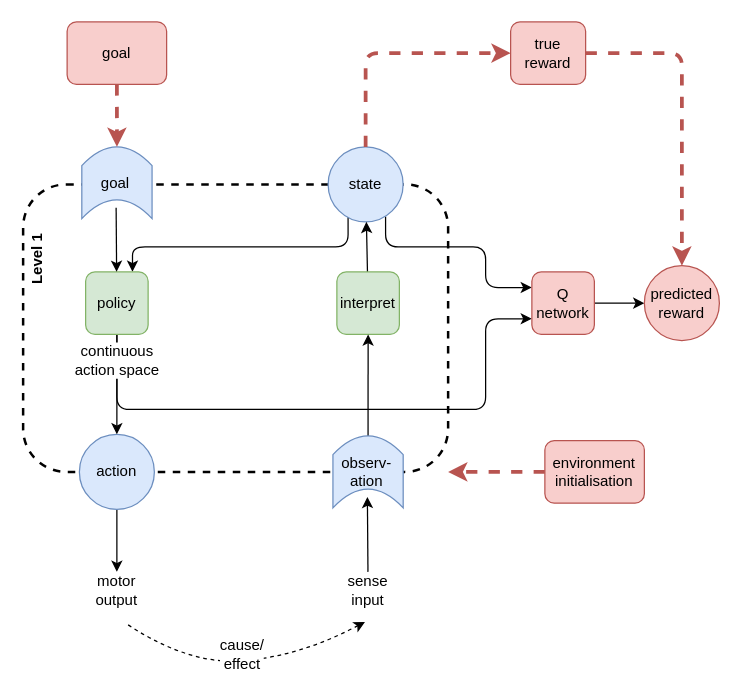
Above: page "low-level-rl" (5 of 16) of files/An-agi-architecture-v1.drawio in malcolmlett/malcolmlett.github.io (draw.io), before the change. Source tidied: cells renumbered, new cells numbered last; positions are measured from the earlier drawing's top-left corner, leaving out a move shared by most shapes. Both pictures are drawn from the tidied source at 125%, with x=0, y=0 at pixel (-6, 21).
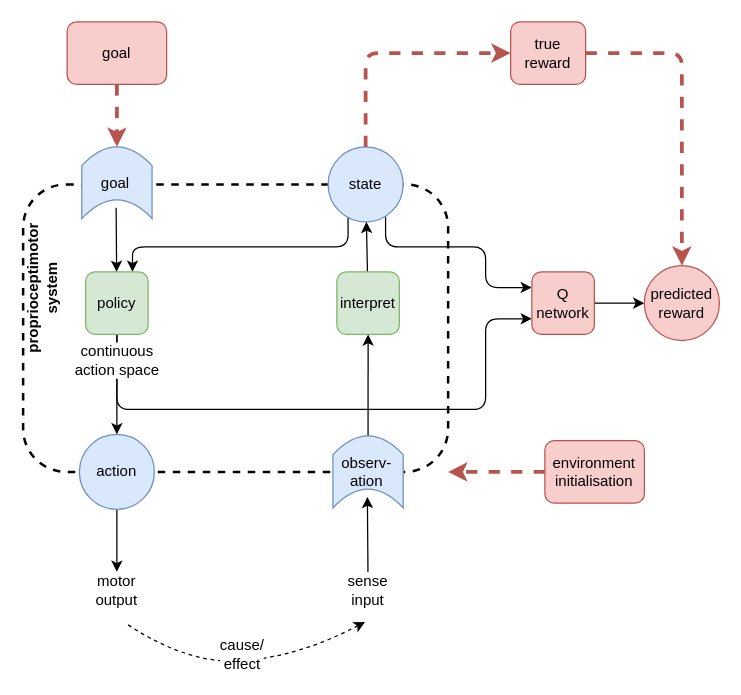
The same page after the edit.

Change to the diagram source:
```diff
@@
-    <mxCell id="13" value="Level 1" style="text;html=1;strokeColor=none;fillColor=none;align=center;verticalAlign=middle;whiteSpace=wrap;rounded=0;sketch=1;rotation=-90;fontStyle=1;" parent="1" vertex="1">
-      <mxGeometry x="-0.1" y="180" width="70" height="20" as="geometry" />
-    </mxCell>
@@
+    <mxCell id="36" value="proprioceptimotor system" style="text;html=1;strokeColor=none;fillColor=none;align=center;verticalAlign=middle;whiteSpace=wrap;rounded=0;sketch=1;rotation=-90;fontStyle=1;" parent="1" vertex="1">
+      <mxGeometry x="-20.3" y="200.2" width="116.9" height="26.6" as="geometry" />
+    </mxCell>
```
